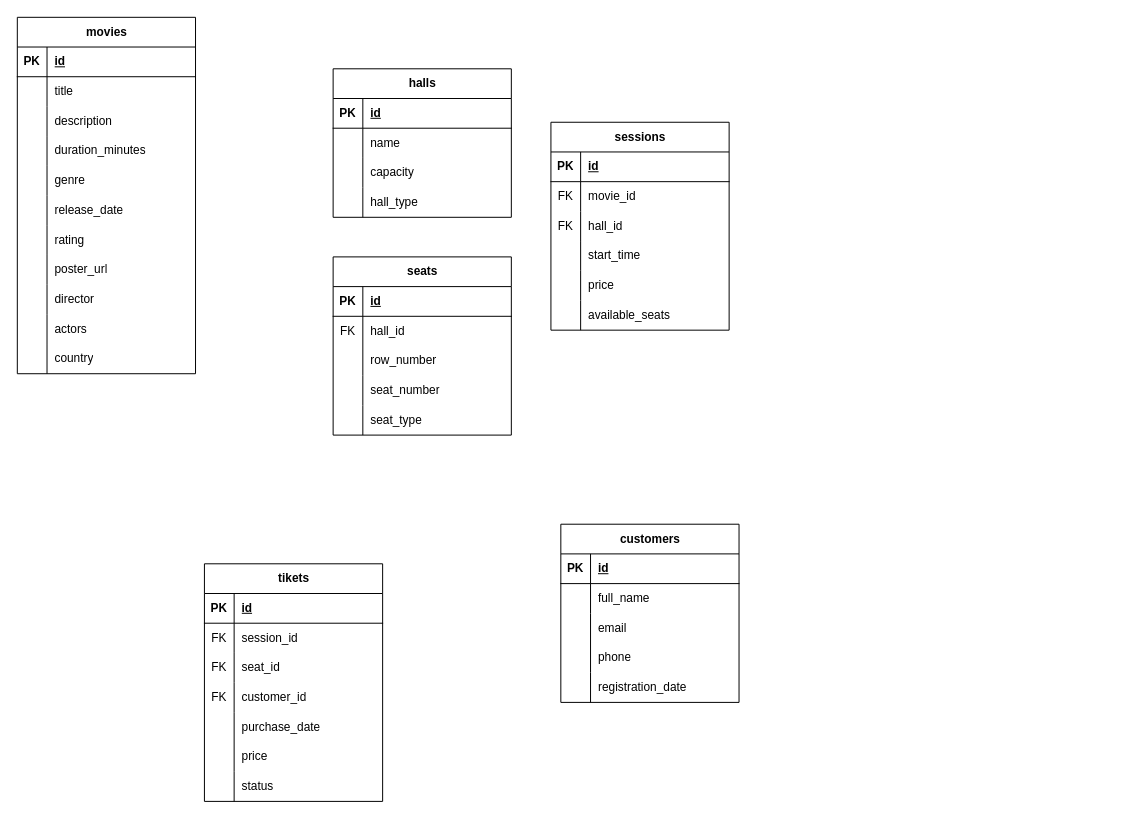
Before: ErD.drawio in AcidicAcidity/S_P_O_KR-KP, a draw.io diagram. Source tidied: cells renumbered, new cells numbered last; positions are measured from the earlier drawing's top-left corner, leaving out a move shared by most shapes. Both pictures are drawn from the tidied source at 99%, with x=0, y=0 at pixel (17, 17).
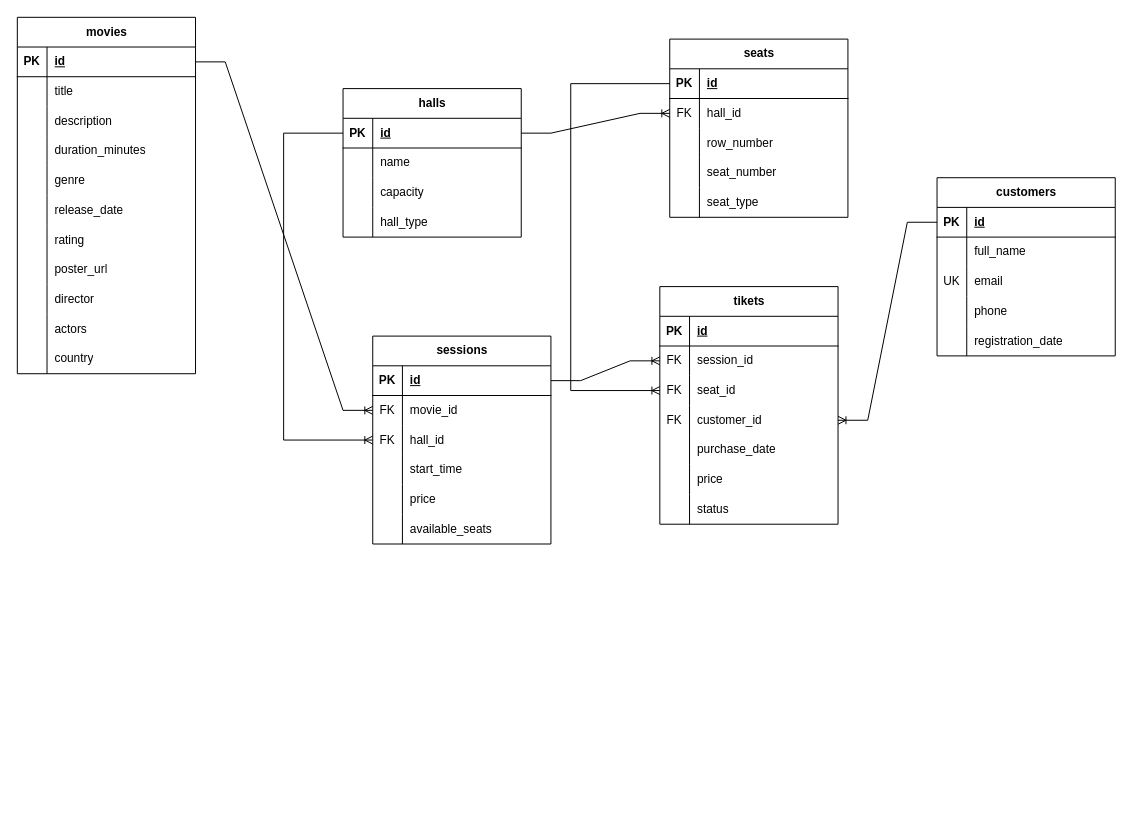
Above is the later version.

Commit message:
Обновил диаграмму. Добавил все связи между таблицами ErD.drawio

Unchanged cells that the change refers to:
```xml
<mxCell id="3" style="shape=tableRow;horizontal=0;startSize=0;swimlaneHead=0;swimlaneBody=0;fillColor=none;points=[[0,0.5],[1,0.5]];portConstraint=eastwest;top=0;left=0;right=0;bottom=1;" parent="2" vertex="1">
  <mxGeometry y="30" width="180" height="30" as="geometry" />
</mxCell>
<mxCell id="37" style="shape=tableRow;horizontal=0;startSize=0;swimlaneHead=0;swimlaneBody=0;fillColor=none;points=[[0,0.5],[1,0.5]];portConstraint=eastwest;top=0;left=0;right=0;bottom=1;" parent="36" vertex="1">
  <mxGeometry y="30" width="180" height="30" as="geometry" />
</mxCell>
<mxCell id="50" style="shape=tableRow;horizontal=0;startSize=0;swimlaneHead=0;swimlaneBody=0;fillColor=none;points=[[0,0.5],[1,0.5]];portConstraint=eastwest;top=0;left=0;right=0;bottom=1;" parent="49" vertex="1">
  <mxGeometry y="30" width="180" height="30" as="geometry" />
</mxCell>
<mxCell id="53" style="shape=tableRow;horizontal=0;startSize=0;swimlaneHead=0;swimlaneBody=0;fillColor=none;points=[[0,0.5],[1,0.5]];portConstraint=eastwest;top=0;left=0;right=0;bottom=0;" parent="49" vertex="1">
  <mxGeometry y="60" width="180" height="30" as="geometry" />
</mxCell>
<mxCell id="66" style="shape=tableRow;horizontal=0;startSize=0;swimlaneHead=0;swimlaneBody=0;fillColor=none;points=[[0,0.5],[1,0.5]];portConstraint=eastwest;top=0;left=0;right=0;bottom=1;" parent="65" vertex="1">
  <mxGeometry y="30" width="180" height="30" as="geometry" />
</mxCell>
<mxCell id="69" style="shape=tableRow;horizontal=0;startSize=0;swimlaneHead=0;swimlaneBody=0;fillColor=none;points=[[0,0.5],[1,0.5]];portConstraint=eastwest;top=0;left=0;right=0;bottom=0;" parent="65" vertex="1">
  <mxGeometry y="60" width="180" height="30" as="geometry" />
</mxCell>
<mxCell id="72" style="shape=tableRow;horizontal=0;startSize=0;swimlaneHead=0;swimlaneBody=0;fillColor=none;points=[[0,0.5],[1,0.5]];portConstraint=eastwest;top=0;left=0;right=0;bottom=0;" parent="65" vertex="1">
  <mxGeometry y="90" width="180" height="30" as="geometry" />
</mxCell>
<mxCell id="88" style="shape=tableRow;horizontal=0;startSize=0;swimlaneHead=0;swimlaneBody=0;fillColor=none;points=[[0,0.5],[1,0.5]];portConstraint=eastwest;top=0;left=0;right=0;bottom=0;" parent="84" vertex="1">
  <mxGeometry y="60" width="180" height="30" as="geometry" />
</mxCell>
<mxCell id="91" style="shape=tableRow;horizontal=0;startSize=0;swimlaneHead=0;swimlaneBody=0;fillColor=none;points=[[0,0.5],[1,0.5]];portConstraint=eastwest;top=0;left=0;right=0;bottom=0;" parent="84" vertex="1">
  <mxGeometry y="90" width="180" height="30" as="geometry" />
</mxCell>
<mxCell id="94" style="shape=tableRow;horizontal=0;startSize=0;swimlaneHead=0;swimlaneBody=0;fillColor=none;points=[[0,0.5],[1,0.5]];portConstraint=eastwest;top=0;left=0;right=0;bottom=0;" parent="84" vertex="1">
  <mxGeometry y="120" width="180" height="30" as="geometry" />
</mxCell>
<mxCell id="107" style="shape=tableRow;horizontal=0;startSize=0;swimlaneHead=0;swimlaneBody=0;fillColor=none;points=[[0,0.5],[1,0.5]];portConstraint=eastwest;top=0;left=0;right=0;bottom=1;" parent="106" vertex="1">
  <mxGeometry y="30" width="180" height="30" as="geometry" />
</mxCell>
<mxCell id="113" style="shape=tableRow;horizontal=0;startSize=0;swimlaneHead=0;swimlaneBody=0;fillColor=none;top=0;left=0;right=0;bottom=0;" parent="106" vertex="1">
  <mxGeometry y="90" width="180" height="30" as="geometry" />
</mxCell>
```

Change to the diagram source:
```diff
@@
     <mxCell id="36" value="halls" style="shape=table;startSize=30;childLayout=tableLayout;rowLines=0;fontStyle=1;align=center;html=1;" parent="1" vertex="1">
-      <mxGeometry x="319" y="52" width="180" height="150" as="geometry" />
+      <mxGeometry x="329" y="72" width="180" height="150" as="geometry" />
     </mxCell>
@@
     <mxCell id="49" value="seats" style="shape=table;startSize=30;childLayout=tableLayout;rowLines=0;fontStyle=1;align=center;html=1;" parent="1" vertex="1">
-      <mxGeometry x="319" y="242" width="180" height="180" as="geometry" />
+      <mxGeometry x="659" y="22" width="180" height="180" as="geometry" />
     </mxCell>
@@
     <mxCell id="65" value="sessions" style="shape=table;startSize=30;childLayout=tableLayout;rowLines=0;fontStyle=1;align=center;html=1;" parent="1" vertex="1">
-      <mxGeometry x="539" y="106" width="180" height="210" as="geometry" />
+      <mxGeometry x="359" y="322" width="180" height="210" as="geometry" />
     </mxCell>
@@
     <mxCell id="84" value="tikets" style="shape=table;startSize=30;childLayout=tableLayout;rowLines=0;fontStyle=1;align=center;html=1;" parent="1" vertex="1">
-      <mxGeometry x="189" y="552" width="180" height="240" as="geometry" />
+      <mxGeometry x="649" y="272" width="180" height="240" as="geometry" />
     </mxCell>
@@
     <mxCell id="106" value="customers" style="shape=table;startSize=30;childLayout=tableLayout;rowLines=0;fontStyle=1;align=center;html=1;" parent="1" vertex="1">
-      <mxGeometry x="549" y="512" width="180" height="180" as="geometry" />
+      <mxGeometry x="929" y="162" width="180" height="180" as="geometry" />
     </mxCell>
@@
-    <mxCell id="114" style="shape=partialRectangle;fillColor=none;top=0;left=0;bottom=0;right=0;overflow=hidden;whiteSpace=wrap;html=1;" parent="113" vertex="1">
+    <mxCell id="114" value="UK" style="shape=partialRectangle;fillColor=none;top=0;left=0;bottom=0;right=0;overflow=hidden;whiteSpace=wrap;html=1;" parent="113" vertex="1">
       <mxGeometry width="30" height="30" as="geometry" />
     </mxCell>
@@
+    <mxCell id="122" style="edgeStyle=entityRelationEdgeStyle;fontSize=12;html=1;endArrow=ERoneToMany;rounded=0;exitX=1;exitY=0.5;exitDx=0;exitDy=0;entryX=0;entryY=0.5;entryDx=0;entryDy=0;" parent="1" edge="1" source="3" target="69">
+      <mxGeometry relative="1" as="geometry" />
+    </mxCell>
+    <mxCell id="123" style="edgeStyle=entityRelationEdgeStyle;fontSize=12;html=1;endArrow=ERoneToMany;rounded=0;exitX=1;exitY=0.5;exitDx=0;exitDy=0;entryX=0;entryY=0.5;entryDx=0;entryDy=0;" parent="1" edge="1" source="37" target="53">
+      <mxGeometry relative="1" as="geometry" />
+    </mxCell>
+    <mxCell id="124" style="edgeStyle=orthogonalEdgeStyle;fontSize=12;html=1;endArrow=ERoneToMany;rounded=0;exitX=0;exitY=0.5;exitDx=0;exitDy=0;entryX=0;entryY=0.5;entryDx=0;entryDy=0;" parent="1" edge="1" source="37" target="72">
+      <mxGeometry relative="1" as="geometry">
+        <Array as="points">
+          <mxPoint x="269" y="117" />
+          <mxPoint x="269" y="427" />
+        </Array>
+      </mxGeometry>
+    </mxCell>
+    <mxCell id="125" style="edgeStyle=orthogonalEdgeStyle;fontSize=12;html=1;endArrow=ERoneToMany;rounded=0;entryX=0;entryY=0.5;entryDx=0;entryDy=0;exitX=0;exitY=0.5;exitDx=0;exitDy=0;" parent="1" edge="1" source="50" target="91">
+      <mxGeometry relative="1" as="geometry">
+        <Array as="points">
+          <mxPoint x="559" y="67" />
+          <mxPoint x="559" y="377" />
+        </Array>
+      </mxGeometry>
+    </mxCell>
+    <mxCell id="126" style="edgeStyle=entityRelationEdgeStyle;fontSize=12;html=1;endArrow=ERoneToMany;rounded=0;exitX=1;exitY=0.5;exitDx=0;exitDy=0;entryX=0;entryY=0.5;entryDx=0;entryDy=0;" parent="1" edge="1" source="66" target="88">
+      <mxGeometry relative="1" as="geometry" />
+    </mxCell>
+    <mxCell id="127" style="edgeStyle=entityRelationEdgeStyle;fontSize=12;html=1;endArrow=ERoneToMany;rounded=0;entryX=1;entryY=0.5;entryDx=0;entryDy=0;exitX=0;exitY=0.5;exitDx=0;exitDy=0;" parent="1" edge="1" source="107" target="94">
+      <mxGeometry relative="1" as="geometry" />
+    </mxCell>
```
